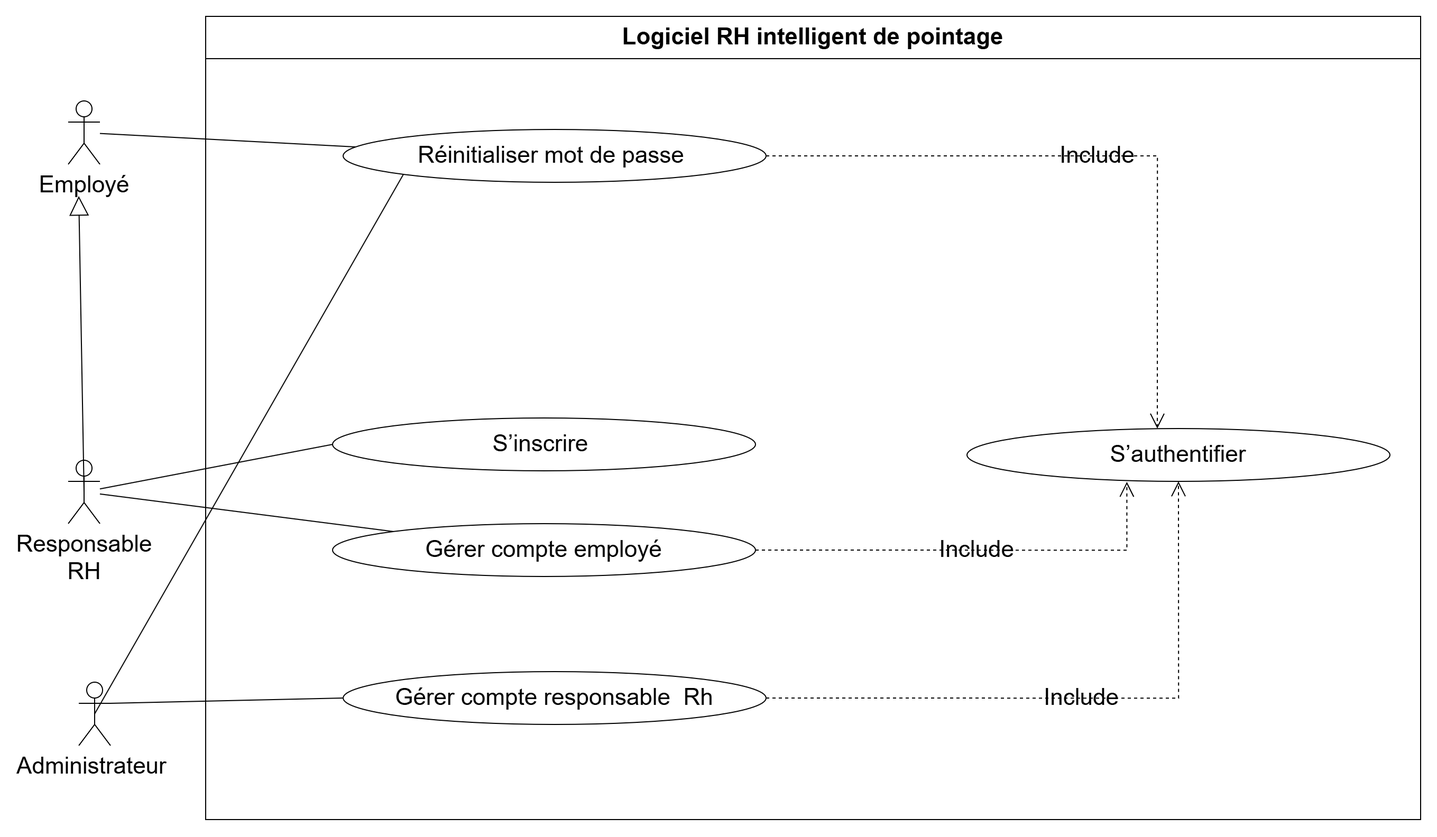
This is projet/images/usecase/sprint1/use_case_sprint1.png from louu7895/pfe, a draw.io export, as it was before one commit. Source tidied: cells renumbered, new cells last; positions are measured from the earlier drawing's top-left corner, leaving out a move shared by most shapes.
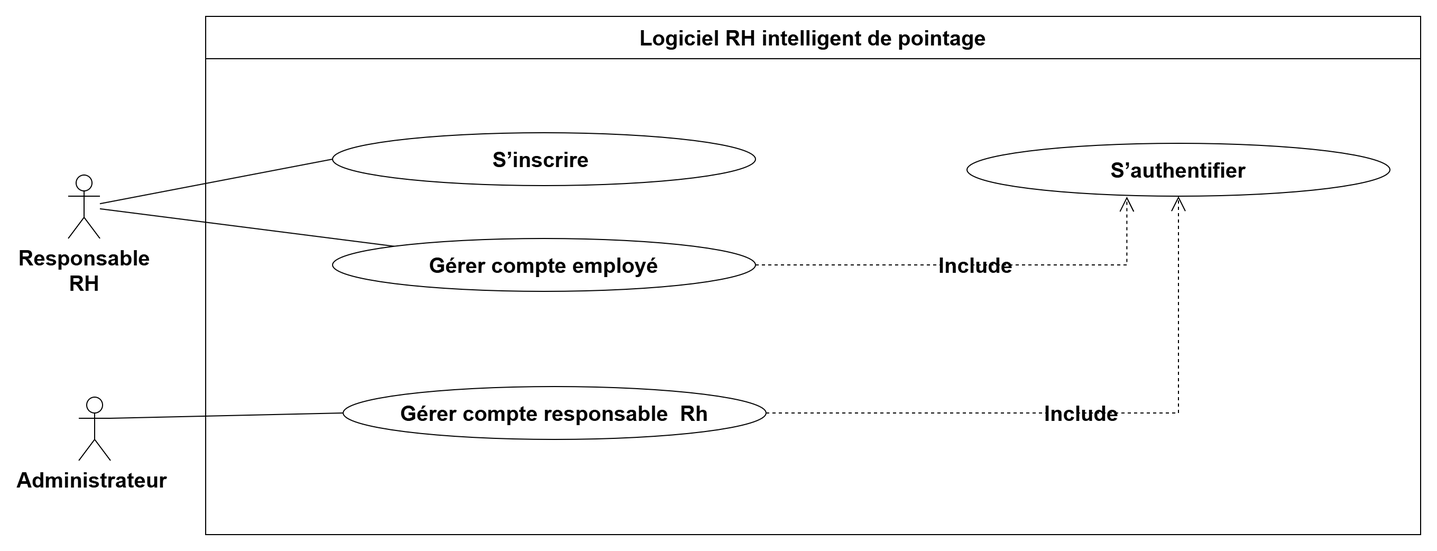
After the change.

Diff of the diagram source:
```diff
@@ -2,61 +2,41 @@
   <root>
     <mxCell id="0" />
     <mxCell id="1" parent="0" />
-    <mxCell id="2" value="Logiciel RH intelligent de pointage" style="swimlane;whiteSpace=wrap;html=1;startSize=40;fontSize=22;rounded=0;labelBackgroundColor=none;" parent="1" vertex="1">
-      <mxGeometry x="130" width="1149" height="760" as="geometry" />
+    <mxCell id="2" value="Logiciel RH intelligent de pointage" style="swimlane;whiteSpace=wrap;html=1;startSize=40;fontSize=20;rounded=0;labelBackgroundColor=none;fontStyle=1;" parent="1" vertex="1">
+      <mxGeometry x="130" y="270" width="1149" height="490" as="geometry" />
     </mxCell>
-    <mxCell id="3" value="Gérer&amp;nbsp;compte responsable&amp;nbsp;&amp;nbsp;&lt;span style=&quot;background-color: transparent; color: light-dark(rgb(0, 0, 0), rgb(255, 255, 255));&quot;&gt;Rh&lt;/span&gt;" style="ellipse;whiteSpace=wrap;html=1;fontSize=22;rounded=0;labelBackgroundColor=none;" parent="2" vertex="1">
-      <mxGeometry x="130" y="620" width="400" height="50" as="geometry" />
-    </mxCell>
-    <mxCell id="4" value="Administrateur&amp;nbsp;" style="shape=umlActor;verticalLabelPosition=bottom;verticalAlign=top;html=1;outlineConnect=0;fontSize=22;rounded=0;labelBackgroundColor=none;" parent="1" vertex="1">
+    <mxCell id="4" value="Administrateur&amp;nbsp;" style="shape=umlActor;verticalLabelPosition=bottom;verticalAlign=top;html=1;outlineConnect=0;fontSize=20;rounded=0;labelBackgroundColor=none;fontStyle=1;" parent="1" vertex="1">
       <mxGeometry x="10" y="630" width="30" height="60" as="geometry" />
     </mxCell>
-    <mxCell id="5" style="endArrow=none;html=1;rounded=0;entryX=0;entryY=0.5;entryDx=0;entryDy=0;exitX=1;exitY=0.3333333333333333;exitDx=0;exitDy=0;exitPerimeter=0;fontSize=22;labelBackgroundColor=none;fontColor=default;" parent="1" edge="1" source="4" target="3">
+    <mxCell id="5" style="endArrow=none;html=1;rounded=0;entryX=0;entryY=0.5;entryDx=0;entryDy=0;exitX=1;exitY=0.3333333333333333;exitDx=0;exitDy=0;exitPerimeter=0;fontSize=20;labelBackgroundColor=none;fontColor=default;fontStyle=1;" parent="1" edge="1" source="4" target="3">
       <mxGeometry relative="1" as="geometry" />
     </mxCell>
-    <mxCell id="6" value="Employé" style="shape=umlActor;verticalLabelPosition=bottom;verticalAlign=top;html=1;outlineConnect=0;fontSize=22;rounded=0;labelBackgroundColor=none;" parent="1" vertex="1">
-      <mxGeometry y="80" width="30" height="60" as="geometry" />
-    </mxCell>
-    <mxCell id="7" value="Responsable&#10;RH" style="shape=umlActor;verticalLabelPosition=bottom;verticalAlign=top;html=1;outlineConnect=0;fontSize=22;rounded=0;labelBackgroundColor=none;" parent="1" vertex="1">
+    <mxCell id="7" value="Responsable&#10;RH" style="shape=umlActor;verticalLabelPosition=bottom;verticalAlign=top;html=1;outlineConnect=0;fontSize=20;rounded=0;labelBackgroundColor=none;fontStyle=1;" parent="1" vertex="1">
       <mxGeometry y="420" width="30" height="60" as="geometry" />
     </mxCell>
-    <mxCell id="8" style="endArrow=none;html=1;rounded=0;fontSize=22;labelBackgroundColor=none;fontColor=default;" parent="1" edge="1" source="6" target="18">
-      <mxGeometry relative="1" as="geometry" />
-    </mxCell>
-    <mxCell id="9" style="endArrow=none;html=1;rounded=0;entryX=0;entryY=0.5;entryDx=0;entryDy=0;fontSize=22;labelBackgroundColor=none;fontColor=default;" parent="1" edge="1" source="7" target="14">
+    <mxCell id="9" style="endArrow=none;html=1;rounded=0;entryX=0;entryY=0.5;entryDx=0;entryDy=0;fontSize=20;labelBackgroundColor=none;fontColor=default;fontStyle=1;" parent="1" edge="1" source="7" target="14">
       <mxGeometry relative="1" as="geometry" />
     </mxCell>
-    <mxCell id="10" style="endArrow=none;html=1;rounded=0;fontSize=22;labelBackgroundColor=none;fontColor=default;" parent="1" edge="1" source="7" target="13">
+    <mxCell id="10" style="endArrow=none;html=1;rounded=0;fontSize=20;labelBackgroundColor=none;fontColor=default;fontStyle=1;" parent="1" edge="1" source="7" target="13">
       <mxGeometry relative="1" as="geometry" />
     </mxCell>
-    <mxCell id="11" value="S’authentifier" style="ellipse;whiteSpace=wrap;html=1;fontSize=22;rounded=0;labelBackgroundColor=none;" parent="1" vertex="1">
+    <mxCell id="11" value="S’authentifier" style="ellipse;whiteSpace=wrap;html=1;fontSize=20;rounded=0;labelBackgroundColor=none;fontStyle=1;" parent="1" vertex="1">
       <mxGeometry x="850" y="390" width="400" height="50" as="geometry" />
     </mxCell>
-    <mxCell id="12" value="Include" style="endArrow=open;endSize=12;dashed=1;html=1;rounded=0;fontSize=22;edgeStyle=orthogonalEdgeStyle;exitX=1;exitY=0.5;exitDx=0;exitDy=0;labelBackgroundColor=none;fontColor=default;" parent="1" edge="1" source="3" target="11">
+    <mxCell id="12" value="Include" style="endArrow=open;endSize=12;dashed=1;html=1;rounded=0;fontSize=20;edgeStyle=orthogonalEdgeStyle;exitX=1;exitY=0.5;exitDx=0;exitDy=0;labelBackgroundColor=none;fontColor=default;fontStyle=1;" parent="1" edge="1" source="3" target="11">
       <mxGeometry relative="1" as="geometry" />
     </mxCell>
-    <mxCell id="13" value="&lt;div&gt;Gérer compte&amp;nbsp;&lt;span style=&quot;background-color: transparent; color: light-dark(rgb(0, 0, 0), rgb(255, 255, 255));&quot;&gt;employé&lt;/span&gt;&lt;/div&gt;" style="ellipse;whiteSpace=wrap;html=1;fontSize=22;rounded=0;labelBackgroundColor=none;" parent="1" vertex="1">
+    <mxCell id="13" value="&lt;div&gt;Gérer compte&amp;nbsp;&lt;span style=&quot;background-color: transparent; color: light-dark(rgb(0, 0, 0), rgb(255, 255, 255));&quot;&gt;employé&lt;/span&gt;&lt;/div&gt;" style="ellipse;whiteSpace=wrap;html=1;fontSize=20;rounded=0;labelBackgroundColor=none;fontStyle=1;" parent="1" vertex="1">
       <mxGeometry x="250" y="480" width="400" height="50" as="geometry" />
     </mxCell>
-    <mxCell id="14" value="S’inscrire&amp;nbsp;" style="ellipse;whiteSpace=wrap;html=1;fontSize=22;rounded=0;labelBackgroundColor=none;" parent="1" vertex="1">
+    <mxCell id="14" value="S’inscrire&amp;nbsp;" style="ellipse;whiteSpace=wrap;html=1;fontSize=20;rounded=0;labelBackgroundColor=none;fontStyle=1;" parent="1" vertex="1">
       <mxGeometry x="250" y="380" width="400" height="50" as="geometry" />
     </mxCell>
-    <mxCell id="15" value="Include" style="endArrow=open;endSize=12;dashed=1;html=1;rounded=0;exitX=1;exitY=0.5;exitDx=0;exitDy=0;edgeStyle=orthogonalEdgeStyle;entryX=0.378;entryY=1.009;entryDx=0;entryDy=0;entryPerimeter=0;fontSize=22;labelBackgroundColor=none;fontColor=default;" parent="1" edge="1" source="13" target="11">
+    <mxCell id="15" value="Include" style="endArrow=open;endSize=12;dashed=1;html=1;rounded=0;exitX=1;exitY=0.5;exitDx=0;exitDy=0;edgeStyle=orthogonalEdgeStyle;entryX=0.378;entryY=1.009;entryDx=0;entryDy=0;entryPerimeter=0;fontSize=20;labelBackgroundColor=none;fontColor=default;fontStyle=1;" parent="1" edge="1" source="13" target="11">
       <mxGeometry relative="1" as="geometry" />
     </mxCell>
-    <mxCell id="16" value="Include" style="endArrow=open;endSize=12;dashed=1;html=1;rounded=0;exitX=1;exitY=0.5;exitDx=0;exitDy=0;entryX=0.45;entryY=0;entryDx=0;entryDy=0;entryPerimeter=0;edgeStyle=orthogonalEdgeStyle;fontSize=22;labelBackgroundColor=none;fontColor=default;" parent="1" edge="1" source="18" target="11">
-      <mxGeometry relative="1" as="geometry" />
-    </mxCell>
-    <mxCell id="17" style="endArrow=block;endSize=16;endFill=0;html=1;rounded=0;exitX=0.5;exitY=0.5;exitDx=0;exitDy=0;exitPerimeter=0;" parent="1" edge="1" source="7">
-      <mxGeometry relative="1" as="geometry">
-        <mxPoint x="10" y="170" as="targetPoint" />
-      </mxGeometry>
-    </mxCell>
-    <mxCell id="18" value="&lt;div&gt;Réinitialiser mot&amp;nbsp;&lt;span style=&quot;background-color: transparent; color: light-dark(rgb(0, 0, 0), rgb(255, 255, 255));&quot;&gt;de passe&amp;nbsp;&lt;/span&gt;&lt;/div&gt;" style="ellipse;whiteSpace=wrap;html=1;fontSize=22;rounded=0;labelBackgroundColor=none;" parent="1" vertex="1">
-      <mxGeometry x="260" y="107" width="400" height="50" as="geometry" />
-    </mxCell>
-    <mxCell id="19" style="endArrow=none;html=1;rounded=0;fontSize=22;labelBackgroundColor=none;fontColor=default;exitX=0.5;exitY=0.5;exitDx=0;exitDy=0;exitPerimeter=0;entryX=0;entryY=1;entryDx=0;entryDy=0;" parent="1" edge="1" source="4" target="18">
-      <mxGeometry relative="1" as="geometry" />
-    </mxCell>
+    <mxCell id="3" value="Gérer&amp;nbsp;compte responsable&amp;nbsp;&amp;nbsp;&lt;span style=&quot;background-color: transparent; color: light-dark(rgb(0, 0, 0), rgb(255, 255, 255));&quot;&gt;Rh&lt;/span&gt;" style="ellipse;whiteSpace=wrap;html=1;fontSize=20;rounded=0;labelBackgroundColor=none;fontStyle=1;" parent="1" vertex="1">
+      <mxGeometry x="260" y="620" width="400" height="50" as="geometry" />
+    </mxCell>
   </root>
 </mxGraphModel>
```
